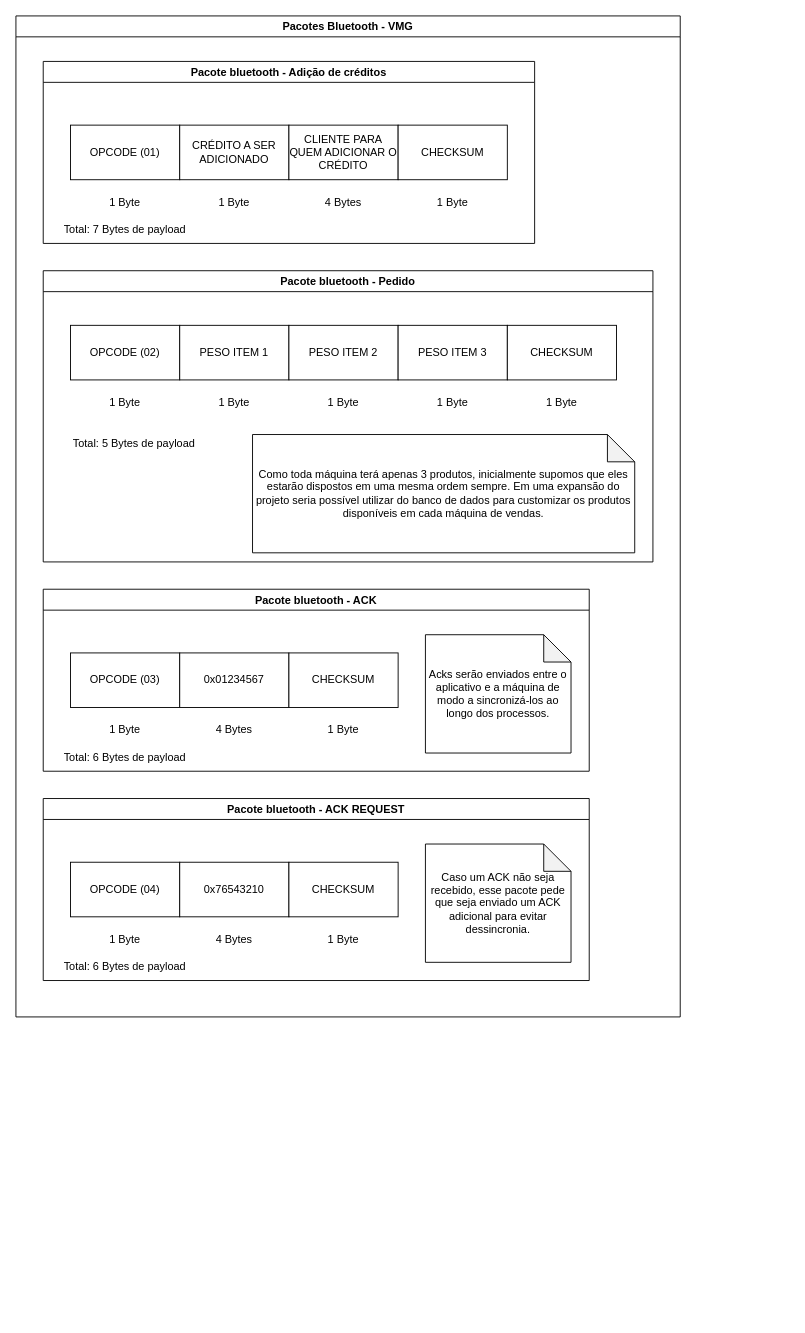
Pieraqua/VMG_VendingMachineGranel keeps this draw.io diagram as Diagramas/PacoteBluetooth.drawio. Above is the earlier version. Source tidied: cells renumbered, new cells numbered last; positions are measured from the earlier drawing's top-left corner, leaving out a move shared by most shapes. Both pictures are drawn from the tidied source at 91%, with x=0, y=0 at pixel (15, 15).
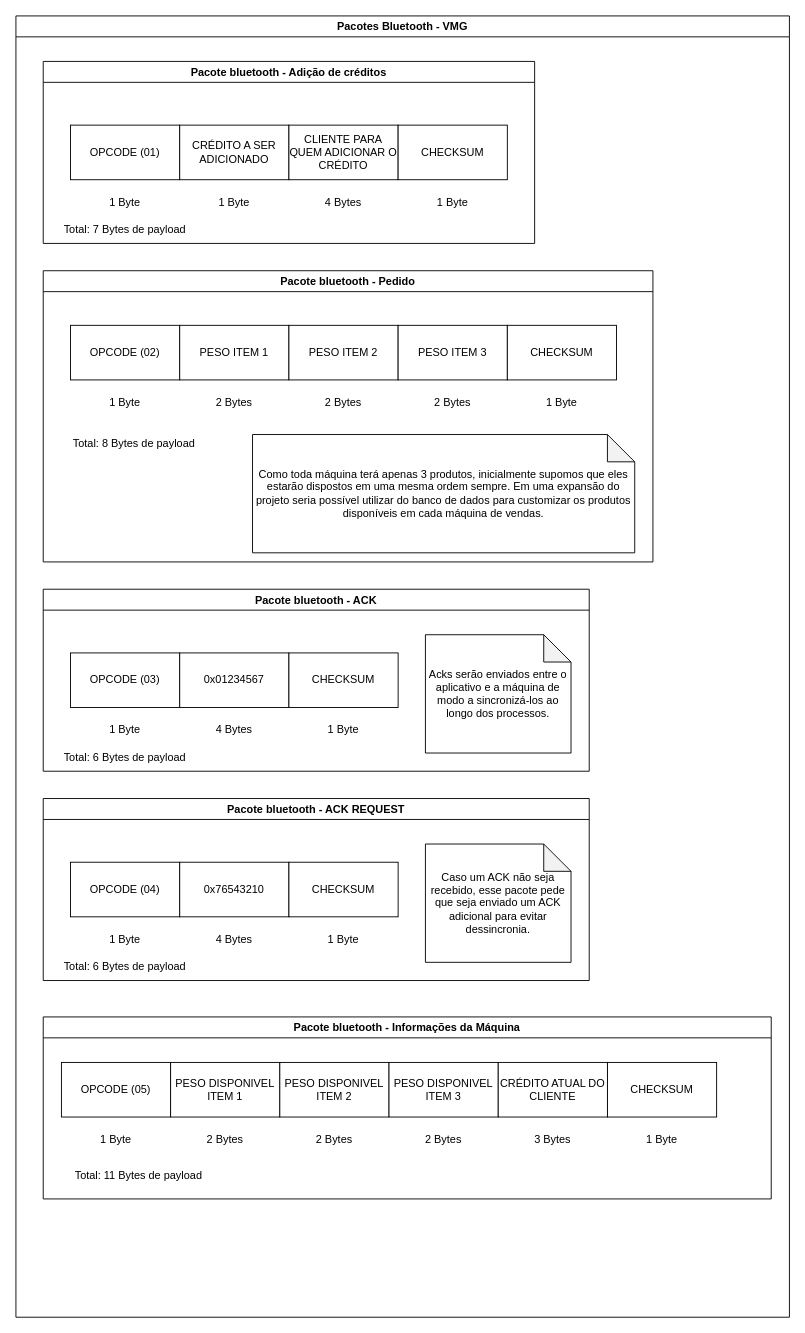
The same page after the edit.

The change refers to these unchanged cells:
```xml
<mxCell id="7" value="Pacote bluetooth - Pedido" style="swimlane;" parent="1" vertex="1">
  <mxGeometry x="30" y="280" width="670" height="320" as="geometry" />
</mxCell>
```

Diff of the diagram source:
```diff
@@
-    <mxCell id="9" value="1 Byte" style="text;html=1;strokeColor=none;fillColor=none;align=center;verticalAlign=middle;whiteSpace=wrap;rounded=0;" parent="7" vertex="1">
+    <mxCell id="9" value="2 Bytes" style="text;html=1;strokeColor=none;fillColor=none;align=center;verticalAlign=middle;whiteSpace=wrap;rounded=0;" parent="7" vertex="1">
       <mxGeometry x="180" y="130" width="60" height="30" as="geometry" />
     </mxCell>
-    <mxCell id="10" value="1 Byte" style="text;html=1;strokeColor=none;fillColor=none;align=center;verticalAlign=middle;whiteSpace=wrap;rounded=0;" parent="7" vertex="1">
+    <mxCell id="10" value="2 Bytes" style="text;html=1;strokeColor=none;fillColor=none;align=center;verticalAlign=middle;whiteSpace=wrap;rounded=0;" parent="7" vertex="1">
       <mxGeometry x="300" y="130" width="60" height="30" as="geometry" />
     </mxCell>
-    <mxCell id="11" value="1 Byte" style="text;html=1;strokeColor=none;fillColor=none;align=center;verticalAlign=middle;whiteSpace=wrap;rounded=0;" parent="7" vertex="1">
+    <mxCell id="11" value="2 Bytes" style="text;html=1;strokeColor=none;fillColor=none;align=center;verticalAlign=middle;whiteSpace=wrap;rounded=0;" parent="7" vertex="1">
       <mxGeometry x="420" y="130" width="60" height="30" as="geometry" />
     </mxCell>
@@
-    <mxCell id="13" value="Total: 5 Bytes de payload" style="text;html=1;strokeColor=none;fillColor=none;align=center;verticalAlign=middle;whiteSpace=wrap;rounded=0;" parent="7" vertex="1">
+    <mxCell id="13" value="Total: 8 Bytes de payload" style="text;html=1;strokeColor=none;fillColor=none;align=center;verticalAlign=middle;whiteSpace=wrap;rounded=0;" parent="7" vertex="1">
       <mxGeometry x="30" y="175" width="140" height="30" as="geometry" />
     </mxCell>
@@
     <mxCell id="43" value="Pacotes Bluetooth - VMG" style="swimlane;" parent="1" vertex="1">
-      <mxGeometry width="730" height="1100" as="geometry" />
+      <mxGeometry width="850" height="1430" as="geometry" />
     </mxCell>
+    <mxCell id="44" value="Pacote bluetooth - Informações da Máquina" style="swimlane;rounded=0;strokeWidth=1;" parent="43" vertex="1">
+      <mxGeometry x="30" y="1100" width="800" height="200" as="geometry" />
+    </mxCell>
+    <mxCell id="45" value="OPCODE (05)" style="rounded=0;whiteSpace=wrap;html=1;" parent="44" vertex="1">
+      <mxGeometry x="20" y="50" width="120" height="60" as="geometry" />
+    </mxCell>
+    <mxCell id="46" value="PESO DISPONIVEL ITEM 1" style="rounded=0;whiteSpace=wrap;html=1;" parent="44" vertex="1">
+      <mxGeometry x="140" y="50" width="120" height="60" as="geometry" />
+    </mxCell>
+    <mxCell id="47" value="PESO DISPONIVEL ITEM 2" style="rounded=0;whiteSpace=wrap;html=1;" parent="44" vertex="1">
+      <mxGeometry x="260" y="50" width="120" height="60" as="geometry" />
+    </mxCell>
+    <mxCell id="48" value="PESO DISPONIVEL ITEM 3" style="rounded=0;whiteSpace=wrap;html=1;" parent="44" vertex="1">
+      <mxGeometry x="380" y="50" width="120" height="60" as="geometry" />
+    </mxCell>
+    <mxCell id="49" value="CHECKSUM" style="rounded=0;whiteSpace=wrap;html=1;" parent="44" vertex="1">
+      <mxGeometry x="620" y="50" width="120" height="60" as="geometry" />
+    </mxCell>
+    <mxCell id="50" value="1 Byte" style="text;html=1;strokeColor=none;fillColor=none;align=center;verticalAlign=middle;whiteSpace=wrap;rounded=0;" parent="44" vertex="1">
+      <mxGeometry x="50" y="120" width="60" height="30" as="geometry" />
+    </mxCell>
+    <mxCell id="51" value="2 Bytes" style="text;html=1;strokeColor=none;fillColor=none;align=center;verticalAlign=middle;whiteSpace=wrap;rounded=0;" parent="44" vertex="1">
+      <mxGeometry x="170" y="120" width="60" height="30" as="geometry" />
+    </mxCell>
+    <mxCell id="52" value="2 Bytes" style="text;html=1;strokeColor=none;fillColor=none;align=center;verticalAlign=middle;whiteSpace=wrap;rounded=0;" parent="44" vertex="1">
+      <mxGeometry x="290" y="120" width="60" height="30" as="geometry" />
+    </mxCell>
+    <mxCell id="53" value="2 Bytes" style="text;html=1;strokeColor=none;fillColor=none;align=center;verticalAlign=middle;whiteSpace=wrap;rounded=0;" parent="44" vertex="1">
+      <mxGeometry x="410" y="120" width="60" height="30" as="geometry" />
+    </mxCell>
+    <mxCell id="54" value="1 Byte" style="text;html=1;strokeColor=none;fillColor=none;align=center;verticalAlign=middle;whiteSpace=wrap;rounded=0;" parent="44" vertex="1">
+      <mxGeometry x="650" y="120" width="60" height="30" as="geometry" />
+    </mxCell>
+    <mxCell id="55" value="CRÉDITO ATUAL DO CLIENTE" style="rounded=0;whiteSpace=wrap;html=1;" parent="44" vertex="1">
+      <mxGeometry x="500" y="50" width="120" height="60" as="geometry" />
+    </mxCell>
+    <mxCell id="56" value="3 Bytes" style="text;html=1;strokeColor=none;fillColor=none;align=center;verticalAlign=middle;whiteSpace=wrap;rounded=0;" parent="44" vertex="1">
+      <mxGeometry x="530" y="120" width="60" height="30" as="geometry" />
+    </mxCell>
+    <mxCell id="57" value="Total: 11 Bytes de payload" style="text;html=1;strokeColor=none;fillColor=none;align=center;verticalAlign=middle;whiteSpace=wrap;rounded=0;" parent="44" vertex="1">
+      <mxGeometry x="20" y="160" width="170" height="30" as="geometry" />
+    </mxCell>
```
